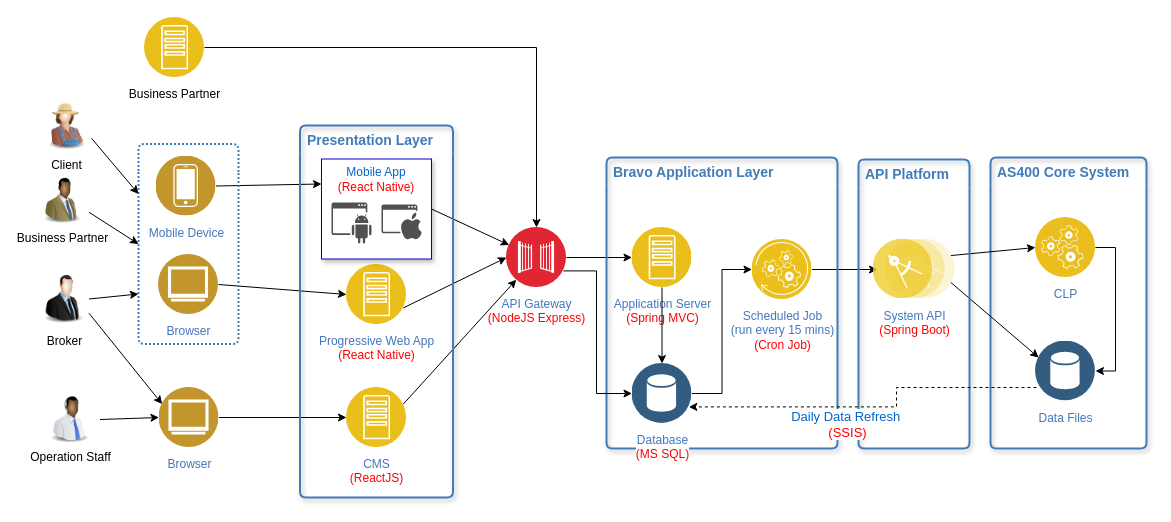
This is page "Logical Component" (1 of 2) of Bravo_Architecture (8).drawio from whalebig27/change-request-process-diagram, a draw.io file, before an edit. Source tidied: cells renumbered, new cells numbered last; positions are measured from the earlier drawing's top-left corner, leaving out a move shared by most shapes. Both pictures are drawn from the tidied source at 100%, with x=0, y=0 at pixel (36, 17).
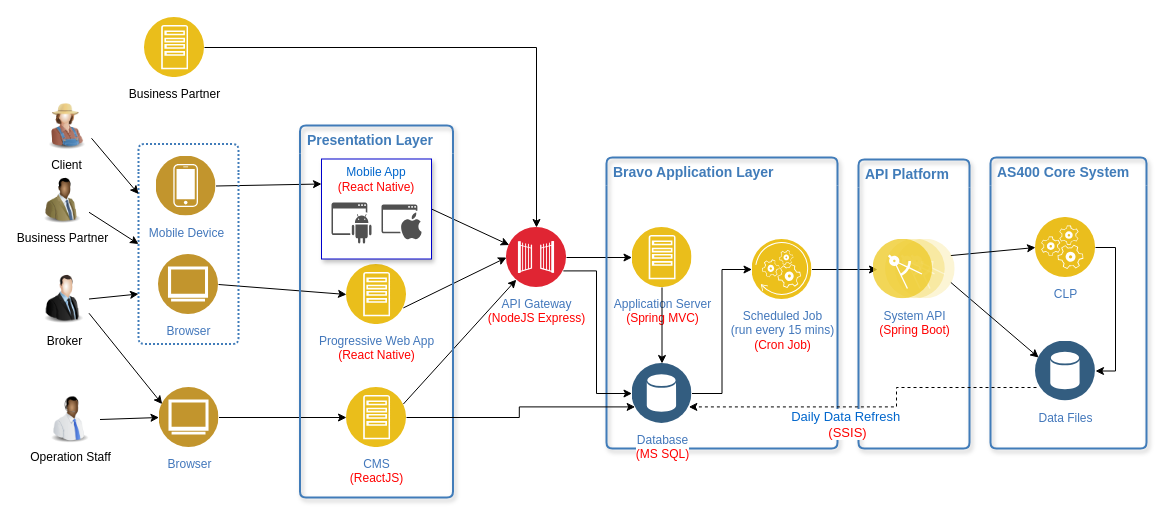
After the change.

The change refers to these unchanged cells:
```xml
<mxCell id="20" value="&lt;font style=&quot;font-size: 12px&quot;&gt;CMS&lt;br&gt;&lt;font color=&quot;#ff0000&quot;&gt;(ReactJS)&lt;/font&gt;&lt;br&gt;&lt;/font&gt;" style="perimeter=ellipsePerimeter;html=1;align=center;shadow=0;dashed=0;fontColor=#4277BB;labelBackgroundColor=#ffffff;fontSize=12;spacingTop=3;image;image=img/lib/ibm/applications/app_server.svg;" parent="18" vertex="1">
  <mxGeometry x="46.5" y="262" width="60" height="60" as="geometry" />
</mxCell>
<mxCell id="35" value="Database&lt;br&gt;&lt;font color=&quot;#ff0000&quot;&gt;(MS SQL)&lt;/font&gt;&lt;br&gt;" style="perimeter=ellipsePerimeter;html=1;align=center;shadow=0;dashed=0;fontColor=#4277BB;labelBackgroundColor=#ffffff;fontSize=12;spacingTop=3;image;image=img/lib/ibm/data/data_services.svg;strokeColor=#0000CC;strokeWidth=1;" parent="33" vertex="1">
  <mxGeometry x="25.5" y="206" width="60" height="60" as="geometry" />
</mxCell>
```

Change to the diagram source:
```diff
@@
+    <mxCell id="53" style="edgeStyle=orthogonalEdgeStyle;rounded=0;jettySize=auto;html=1;entryX=0;entryY=0.75;entryDx=0;entryDy=0;fontSize=11;" parent="1" edge="1" source="20" target="35">
+      <mxGeometry relative="1" as="geometry" />
+    </mxCell>
```
